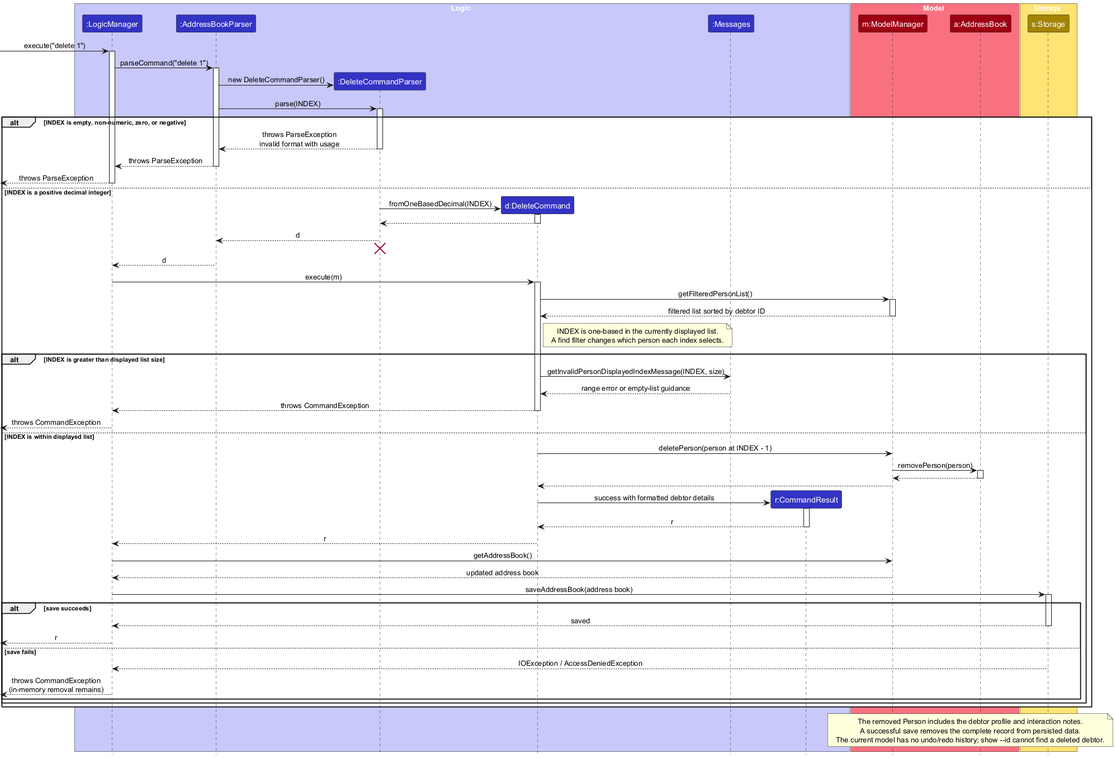
Above: docs/images/DeleteSequenceDiagram.png in AY2627S1-CS2103T-F08-1/tp (PlantUML), before the change.
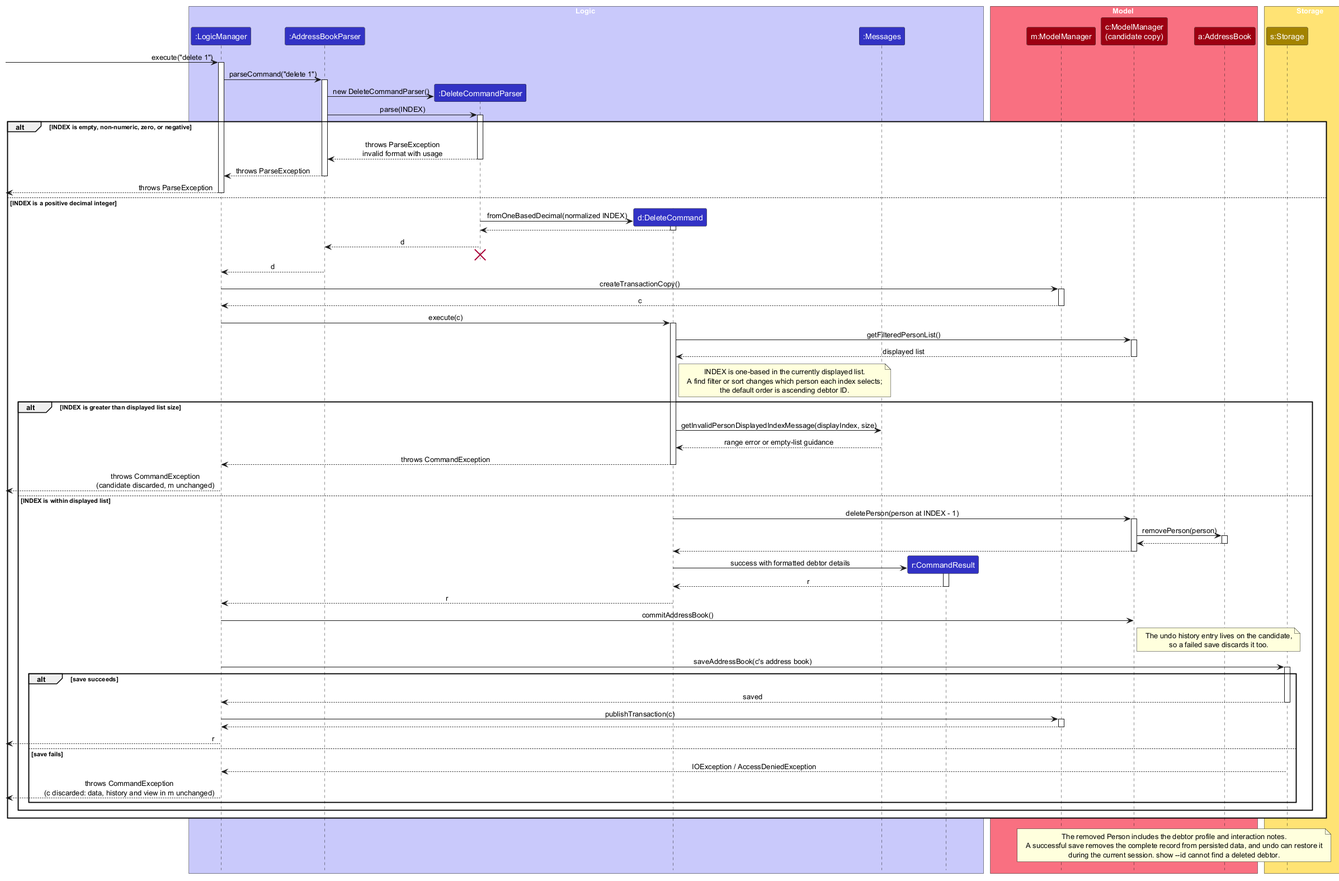
After the commit.

Commit message:
docs(dg): align delete, architecture and find/list diagrams with transactions and sorted views

Diff of the diagram source:
```diff
@@ -13,6 +13,7 @@
 
 box Model MODEL_COLOR_T1
 participant "m:ModelManager" as Model MODEL_COLOR
+participant "c:ModelManager\n(candidate copy)" as Candidate MODEL_COLOR
 participant "a:AddressBook" as AddressBook MODEL_COLOR
 end box
 
@@ -40,7 +41,7 @@
     deactivate LogicManager
 else INDEX is a positive decimal integer
     create DeleteCommand
-    DeleteCommandParser -> DeleteCommand : fromOneBasedDecimal(INDEX)
+    DeleteCommandParser -> DeleteCommand : fromOneBasedDecimal(normalized INDEX)
     activate DeleteCommand
     DeleteCommand --> DeleteCommandParser
     deactivate DeleteCommand
@@ -53,32 +54,40 @@
     AddressBookParser --> LogicManager : d
     deactivate AddressBookParser
 
-    LogicManager -> DeleteCommand : execute(m)
+    LogicManager -> Model : createTransactionCopy()
+    activate Model
+    Model --> LogicManager : c
+    deactivate Model
+
+    LogicManager -> DeleteCommand : execute(c)
     activate DeleteCommand
 
-    DeleteCommand -> Model : getFilteredPersonList()
-    activate Model
-    Model --> DeleteCommand : filtered list sorted by debtor ID
-    deactivate Model
+    DeleteCommand -> Candidate : getFilteredPersonList()
+    activate Candidate
+    Candidate --> DeleteCommand : displayed list
+    deactivate Candidate
     note right of DeleteCommand
         INDEX is one-based in the currently displayed list.
-        A find filter changes which person each index selects.
+        A find filter or sort changes which person each index selects;
+        the default order is ascending debtor ID.
     end note
 
     alt INDEX is greater than displayed list size
-        DeleteCommand -> Messages : getInvalidPersonDisplayedIndexMessage(INDEX, size)
+        DeleteCommand -> Messages : getInvalidPersonDisplayedIndexMessage(displayIndex, size)
         Messages --> DeleteCommand : range error or empty-list guidance
         DeleteCommand --> LogicManager : throws CommandException
         deactivate DeleteCommand
-        [<--LogicManager : throws CommandException
+        [<--LogicManager : throws CommandException\n(candidate discarded, m unchanged)
         deactivate LogicManager
     else INDEX is within displayed list
-        DeleteCommand -> Model : deletePerson(person at INDEX - 1)
-        Model -> AddressBook : removePerson(person)
+        DeleteCommand -> Candidate : deletePerson(person at INDEX - 1)
+        activate Candidate
+        Candidate -> AddressBook : removePerson(person)
         activate AddressBook
-        AddressBook --> Model
+        AddressBook --> Candidate
         deactivate AddressBook
-        Model --> DeleteCommand
+        Candidate --> DeleteCommand
+        deactivate Candidate
 
         create CommandResult
         DeleteCommand -> CommandResult : success with formatted debtor details
@@ -88,19 +97,26 @@
         DeleteCommand --> LogicManager : r
         deactivate DeleteCommand
 
-        LogicManager -> Model : getAddressBook()
-        Model --> LogicManager : updated address book
-        LogicManager -> Storage : saveAddressBook(address book)
+        LogicManager -> Candidate : commitAddressBook()
+        note right of Candidate
+            The undo history entry lives on the candidate,
+            so a failed save discards it too.
+        end note
+        LogicManager -> Storage : saveAddressBook(c's address book)
         activate Storage
         alt save succeeds
             Storage --> LogicManager : saved
             deactivate Storage
+            LogicManager -> Model : publishTransaction(c)
+            activate Model
+            Model --> LogicManager
+            deactivate Model
             [<--LogicManager : r
             deactivate LogicManager
         else save fails
             Storage --> LogicManager : IOException / AccessDeniedException
             deactivate Storage
-            [<--LogicManager : throws CommandException\n(in-memory removal remains)
+            [<--LogicManager : throws CommandException\n(c discarded: data, history and view in m unchanged)
             deactivate LogicManager
         end
     end
@@ -108,8 +124,8 @@
 
 note over Model, Storage
     The removed Person includes the debtor profile and interaction notes.
-    A successful save removes the complete record from persisted data.
-    The current model has no undo/redo history; show --id cannot find a deleted debtor.
+    A successful save removes the complete record from persisted data, and undo can restore it
+    during the current session. show --id cannot find a deleted debtor.
 end note
 
 @enduml
```
